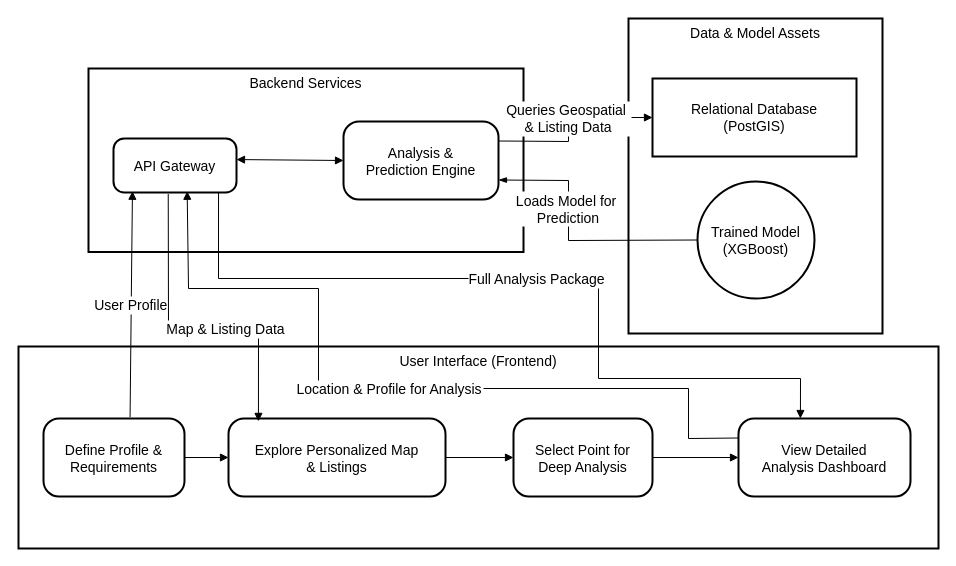
Earlier version of the draw.io diagram drawiofiles/BlockDiagram2.drawio (Sujalcha7/SiteX_Doc). Source tidied: cells renumbered, new cells numbered last; positions are measured from the earlier drawing's top-left corner, leaving out a move shared by most shapes. Both pictures are drawn from the tidied source at 100%, with x=0, y=0 at pixel (18, 18).
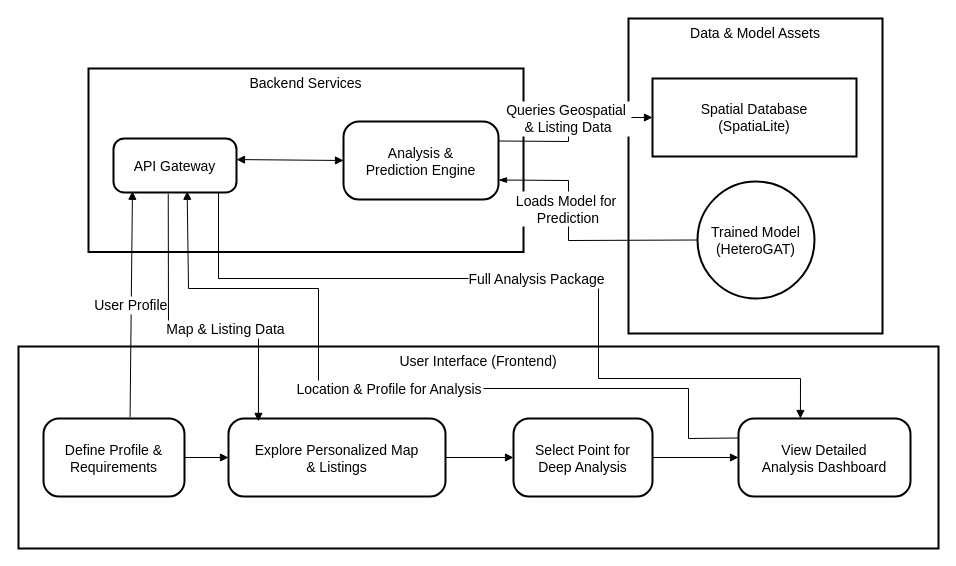
The same page after the edit.

The edit, as a diff of the source:
```diff
@@
-    <mxCell id="10" value="Relational Database&#10;(PostGIS)" style="whiteSpace=wrap;strokeWidth=2;fontSize=14;" parent="1" vertex="1">
+    <mxCell id="10" value="Spatial Database&#10;(SpatiaLite)" style="whiteSpace=wrap;strokeWidth=2;fontSize=14;" parent="1" vertex="1">
       <mxGeometry x="634" y="60" width="204" height="78" as="geometry" />
     </mxCell>
-    <mxCell id="11" value="Trained Model&#10;(XGBoost)" style="ellipse;strokeWidth=2;whiteSpace=wrap;fontSize=14;" parent="1" vertex="1">
+    <mxCell id="11" value="Trained Model&#10;(HeteroGAT)" style="ellipse;strokeWidth=2;whiteSpace=wrap;fontSize=14;" parent="1" vertex="1">
       <mxGeometry x="679" y="163" width="117" height="117" as="geometry" />
     </mxCell>
```
